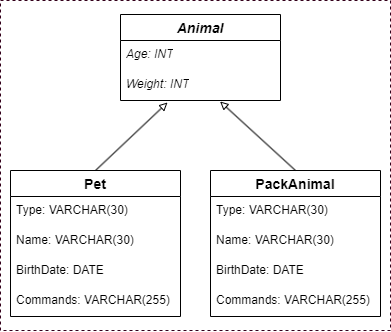
The draw.io diagram OOP/ClassDiagram/class-diagram.png in PDV-geekbrains/The-final-task-of-the-first-year-of-study, before a commit. Source tidied: cells renumbered, new cells last; positions are measured from the earlier drawing's top-left corner, leaving out a move shared by most shapes.
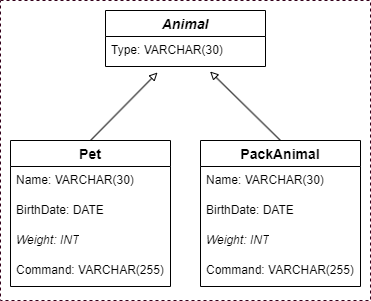
Later version of the same file.

Commit message:
class-diagram changed again :)

The edit, as a diff of the source:
```diff
@@ -3,46 +3,43 @@
     <mxCell id="0" />
     <mxCell id="1" parent="0" />
     <mxCell id="2" style="rounded=0;whiteSpace=wrap;html=1;dashed=1;strokeColor=#33001A;fillColor=none;" parent="1" vertex="1">
-      <mxGeometry width="390" height="330" as="geometry" />
+      <mxGeometry x="10" y="30" width="370" height="300" as="geometry" />
     </mxCell>
     <mxCell id="3" value="Animal" style="swimlane;fontStyle=3;horizontal=1;startSize=26;align=center;fontSize=14;" parent="1" vertex="1">
-      <mxGeometry x="120" y="14" width="160" height="86" as="geometry" />
+      <mxGeometry x="115" y="40" width="160" height="56" as="geometry" />
     </mxCell>
-    <mxCell id="4" value="&lt;i&gt;Age: INT&lt;/i&gt;" style="text;strokeColor=none;fillColor=none;spacingLeft=4;spacingRight=4;overflow=hidden;fontSize=12;whiteSpace=wrap;html=1;" parent="3" vertex="1">
-      <mxGeometry y="26" width="160" height="30" as="geometry" />
-    </mxCell>
-    <mxCell id="5" value="&lt;i&gt;Weight: INT&lt;/i&gt;" style="text;strokeColor=none;fillColor=none;spacingLeft=4;spacingRight=4;overflow=hidden;fontSize=12;whiteSpace=wrap;html=1;" parent="3" vertex="1">
-      <mxGeometry y="56" width="160" height="30" as="geometry" />
-    </mxCell>
+    <mxCell id="7" value="Type: VARCHAR(30)" style="text;strokeColor=none;fillColor=none;spacingLeft=4;spacingRight=4;overflow=hidden;fontSize=12;whiteSpace=wrap;html=1;" parent="3" vertex="1">
+      <mxGeometry y="26" width="160" height="30" as="geometry" />
+    </mxCell>
     <mxCell id="6" value="Pet" style="swimlane;fontStyle=1;horizontal=1;startSize=26;align=center;fontSize=14;" parent="1" vertex="1">
-      <mxGeometry x="10" y="170" width="170" height="146" as="geometry" />
+      <mxGeometry x="20" y="170" width="160" height="146" as="geometry" />
     </mxCell>
-    <mxCell id="7" value="Type: VARCHAR(30)" style="text;strokeColor=none;fillColor=none;spacingLeft=4;spacingRight=4;overflow=hidden;fontSize=12;whiteSpace=wrap;html=1;" parent="6" vertex="1">
-      <mxGeometry y="26" width="170" height="30" as="geometry" />
-    </mxCell>
     <mxCell id="8" value="Name: VARCHAR(30)" style="text;strokeColor=none;fillColor=none;spacingLeft=4;spacingRight=4;overflow=hidden;fontSize=12;whiteSpace=wrap;html=1;" parent="6" vertex="1">
-      <mxGeometry y="56" width="170" height="30" as="geometry" />
+      <mxGeometry y="26" width="160" height="30" as="geometry" />
     </mxCell>
     <mxCell id="9" value="BirthDate: DATE" style="text;strokeColor=none;fillColor=none;spacingLeft=4;spacingRight=4;overflow=hidden;fontSize=12;whiteSpace=wrap;html=1;" parent="6" vertex="1">
-      <mxGeometry y="86" width="170" height="30" as="geometry" />
+      <mxGeometry y="56" width="160" height="30" as="geometry" />
     </mxCell>
+    <mxCell id="5" value="&lt;i&gt;Weight: INT&lt;/i&gt;" style="text;strokeColor=none;fillColor=none;spacingLeft=4;spacingRight=4;overflow=hidden;fontSize=12;whiteSpace=wrap;html=1;" parent="6" vertex="1">
+      <mxGeometry y="86" width="160" height="30" as="geometry" />
+    </mxCell>
-    <mxCell id="10" value="Commands: VARCHAR(255)" style="text;strokeColor=none;fillColor=none;spacingLeft=4;spacingRight=4;overflow=hidden;fontSize=12;whiteSpace=wrap;html=1;" parent="6" vertex="1">
-      <mxGeometry y="116" width="170" height="30" as="geometry" />
+    <mxCell id="10" value="Command: VARCHAR(255)" style="text;strokeColor=none;fillColor=none;spacingLeft=4;spacingRight=4;overflow=hidden;fontSize=12;whiteSpace=wrap;html=1;" parent="6" vertex="1">
+      <mxGeometry y="116" width="160" height="30" as="geometry" />
     </mxCell>
     <mxCell id="11" value="PackAnimal" style="swimlane;fontStyle=1;horizontal=1;startSize=26;align=center;fontSize=14;" parent="1" vertex="1">
-      <mxGeometry x="210" y="170" width="170" height="146" as="geometry" />
+      <mxGeometry x="210" y="170" width="160" height="146" as="geometry" />
     </mxCell>
-    <mxCell id="12" value="Type: VARCHAR(30)" style="text;strokeColor=none;fillColor=none;spacingLeft=4;spacingRight=4;overflow=hidden;fontSize=12;whiteSpace=wrap;html=1;" parent="11" vertex="1">
-      <mxGeometry y="26" width="170" height="30" as="geometry" />
-    </mxCell>
     <mxCell id="13" value="Name: VARCHAR(30)" style="text;strokeColor=none;fillColor=none;spacingLeft=4;spacingRight=4;overflow=hidden;fontSize=12;whiteSpace=wrap;html=1;" parent="11" vertex="1">
-      <mxGeometry y="56" width="170" height="30" as="geometry" />
+      <mxGeometry y="26" width="160" height="30" as="geometry" />
     </mxCell>
     <mxCell id="14" value="BirthDate: DATE" style="text;strokeColor=none;fillColor=none;spacingLeft=4;spacingRight=4;overflow=hidden;fontSize=12;whiteSpace=wrap;html=1;" parent="11" vertex="1">
-      <mxGeometry y="86" width="170" height="30" as="geometry" />
+      <mxGeometry y="56" width="160" height="30" as="geometry" />
     </mxCell>
+    <mxCell id="18" value="&lt;i&gt;Weight: INT&lt;/i&gt;" style="text;strokeColor=none;fillColor=none;spacingLeft=4;spacingRight=4;overflow=hidden;fontSize=12;whiteSpace=wrap;html=1;" parent="11" vertex="1">
+      <mxGeometry y="86" width="160" height="30" as="geometry" />
+    </mxCell>
-    <mxCell id="15" value="Commands: VARCHAR(255)" style="text;strokeColor=none;fillColor=none;spacingLeft=4;spacingRight=4;overflow=hidden;fontSize=12;whiteSpace=wrap;html=1;" parent="11" vertex="1">
-      <mxGeometry y="116" width="170" height="30" as="geometry" />
+    <mxCell id="15" value="Command: VARCHAR(255)" style="text;strokeColor=none;fillColor=none;spacingLeft=4;spacingRight=4;overflow=hidden;fontSize=12;whiteSpace=wrap;html=1;" parent="11" vertex="1">
+      <mxGeometry y="116" width="160" height="30" as="geometry" />
     </mxCell>
     <mxCell id="16" style="endArrow=block;html=1;rounded=0;exitX=0.5;exitY=0;exitDx=0;exitDy=0;entryX=0.361;entryY=1.053;entryDx=0;entryDy=0;entryPerimeter=0;endFill=0;" parent="1" edge="1" source="6">
       <mxGeometry relative="1" as="geometry">
```
